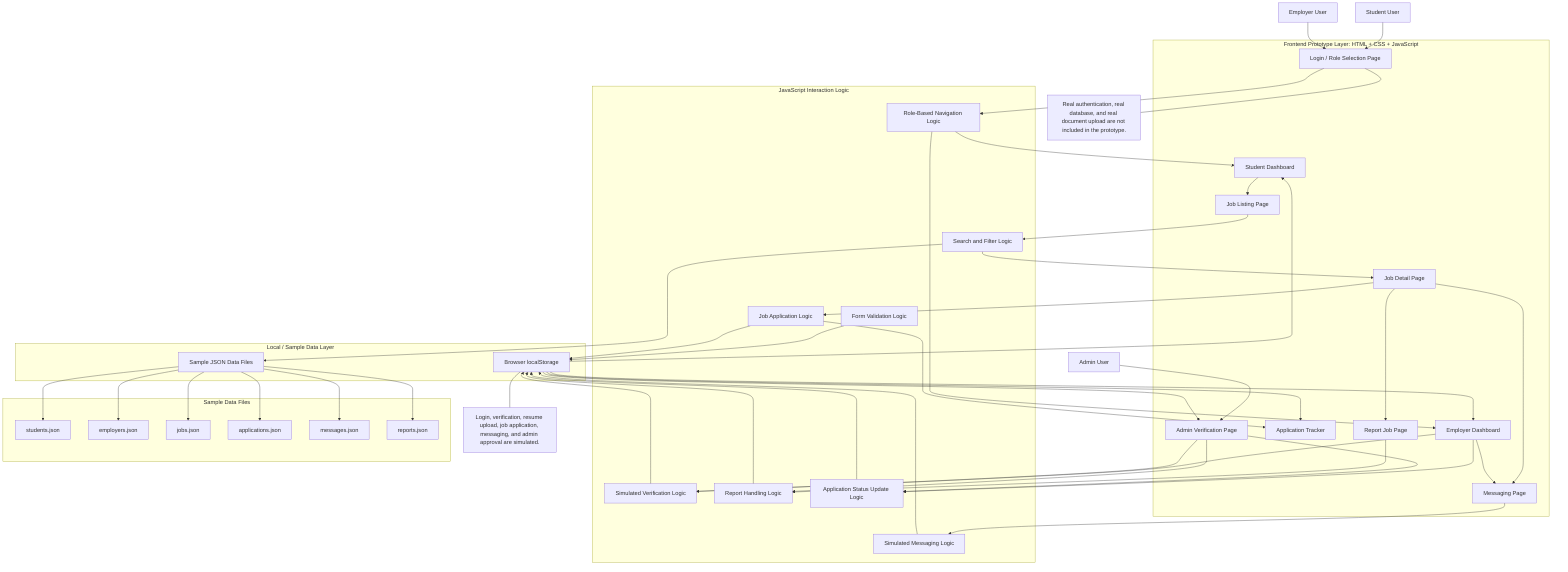
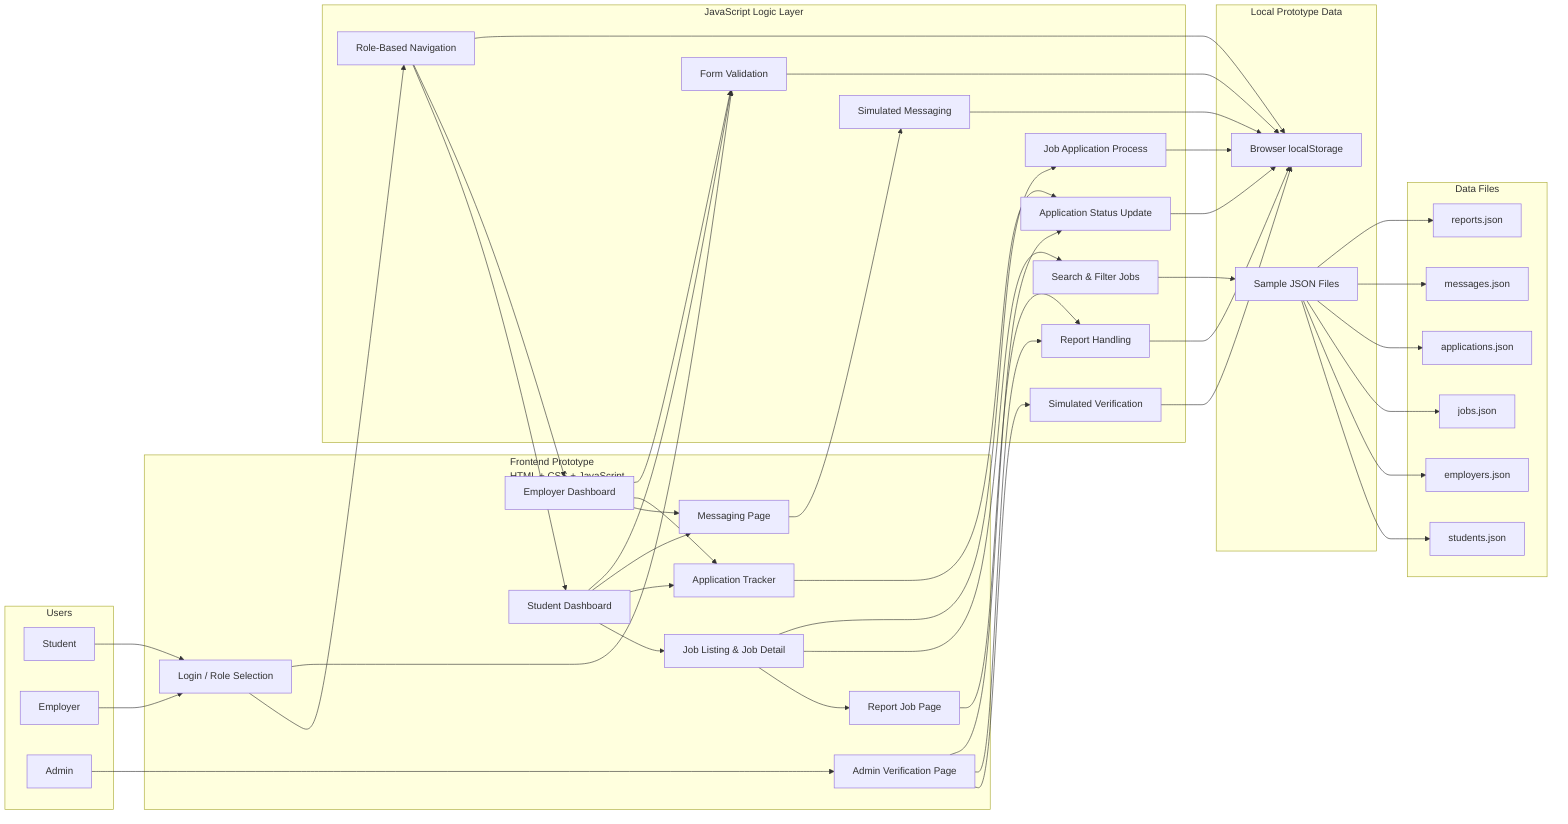
- flowchart TB
+ flowchart LR

-     %% External Users
-     Student[Student User]
-     Employer[Employer User]
-     Admin[Admin User]
- 
-     %% Frontend Layer
-     subgraph Frontend["Frontend Prototype Layer: HTML + CSS + JavaScript"]
-         Login[Login / Role Selection Page]
-         StudentDash[Student Dashboard]
-         EmployerDash[Employer Dashboard]
-         JobList[Job Listing Page]
-         JobDetail[Job Detail Page]
-         Tracker[Application Tracker]
-         MessagePage[Messaging Page]
-         ReportPage[Report Job Page]
-         AdminPage[Admin Verification Page]
+     subgraph Users["Users"]
+         Student["Student"]
+         Employer["Employer"]
+         Admin["Admin"]
    end

-     %% JavaScript Logic Layer
-     subgraph Logic["JavaScript Interaction Logic"]
-         RoleLogic[Role-Based Navigation Logic]
-         Validation[Form Validation Logic]
-         SearchFilter[Search and Filter Logic]
-         ApplicationLogic[Job Application Logic]
-         VerificationLogic[Simulated Verification Logic]
-         MessageLogic[Simulated Messaging Logic]
-         ReportLogic[Report Handling Logic]
-         StatusLogic[Application Status Update Logic]
+     subgraph UI["Frontend Prototype<br/>HTML + CSS + JavaScript"]
+         Login["Login / Role Selection"]
+         StudentUI["Student Dashboard"]
+         EmployerUI["Employer Dashboard"]
+         JobUI["Job Listing & Job Detail"]
+         AppUI["Application Tracker"]
+         MsgUI["Messaging Page"]
+         ReportUI["Report Job Page"]
+         AdminUI["Admin Verification Page"]
    end

-     %% Data Layer
-     subgraph Data["Local / Sample Data Layer"]
-         JSONData[Sample JSON Data Files]
-         LocalStorage[Browser localStorage]
+     subgraph Logic["JavaScript Logic Layer"]
+         Role["Role-Based Navigation"]
+         Validation["Form Validation"]
+         Search["Search & Filter Jobs"]
+         Application["Job Application Process"]
+         Verification["Simulated Verification"]
+         Status["Application Status Update"]
+         Messaging["Simulated Messaging"]
+         Report["Report Handling"]
    end

-     %% Sample Data Files
-     subgraph JSONFiles["Sample Data Files"]
-         StudentsJSON[students.json]
-         EmployersJSON[employers.json]
-         JobsJSON[jobs.json]
-         ApplicationsJSON[applications.json]
-         MessagesJSON[messages.json]
-         ReportsJSON[reports.json]
+     subgraph Storage["Local Prototype Data"]
+         JSON["Sample JSON Files"]
+         Local["Browser localStorage"]
    end

-     %% Student Access
+     subgraph Data["Data Files"]
+         Students["students.json"]
+         Companies["employers.json"]
+         Jobs["jobs.json"]
+         Applications["applications.json"]
+         Messages["messages.json"]
+         Reports["reports.json"]
+     end
+ 
    Student --> Login
-     Login --> RoleLogic
-     RoleLogic --> StudentDash
+     Employer --> Login
+     Admin --> AdminUI

-     StudentDash --> JobList
-     JobList --> SearchFilter
-     SearchFilter --> JobDetail
-     JobDetail --> ApplicationLogic
-     ApplicationLogic --> Tracker
+     Login --> Role
+     Role --> StudentUI
+     Role --> EmployerUI

-     JobDetail --> MessagePage
-     MessagePage --> MessageLogic
+     StudentUI --> JobUI
+     StudentUI --> AppUI
+     StudentUI --> MsgUI
+     JobUI --> ReportUI

-     JobDetail --> ReportPage
-     ReportPage --> ReportLogic
+     EmployerUI --> MsgUI
+     EmployerUI --> AppUI

-     %% Employer Access
-     Employer --> Login
-     RoleLogic --> EmployerDash
+     AdminUI --> Verification
+     AdminUI --> Report
+     AdminUI --> Status

-     EmployerDash --> VerificationLogic
-     EmployerDash --> StatusLogic
-     EmployerDash --> MessagePage
+     JobUI --> Search
+     JobUI --> Application
+     AppUI --> Status
+     MsgUI --> Messaging
+     ReportUI --> Report

-     %% Admin Access
-     Admin --> AdminPage
-     AdminPage --> VerificationLogic
-     AdminPage --> ReportLogic
-     AdminPage --> StatusLogic
+     Login --> Validation
+     StudentUI --> Validation
+     EmployerUI --> Validation

-     %% Logic to Data
-     Validation --> LocalStorage
-     SearchFilter --> JSONData
-     ApplicationLogic --> LocalStorage
-     VerificationLogic --> LocalStorage
-     MessageLogic --> LocalStorage
-     ReportLogic --> LocalStorage
-     StatusLogic --> LocalStorage
+     Role --> Local
+     Validation --> Local
+     Application --> Local
+     Verification --> Local
+     Status --> Local
+     Messaging --> Local
+     Report --> Local

-     %% JSON Data Connection
-     JSONData --> StudentsJSON
-     JSONData --> EmployersJSON
-     JSONData --> JobsJSON
-     JSONData --> ApplicationsJSON
-     JSONData --> MessagesJSON
-     JSONData --> ReportsJSON
- 
-     %% LocalStorage Updates
-     LocalStorage --> StudentDash
-     LocalStorage --> EmployerDash
-     LocalStorage --> Tracker
-     LocalStorage --> AdminPage
- 
-     %% Notes
-     note1["Real authentication, real database, and real document upload are not included in the prototype."]
-     note2["Login, verification, resume upload, job application, messaging, and admin approval are simulated."]
- 
-     Login --- note1
-     LocalStorage --- note2
+     Search --> JSON
+     JSON --> Students
+     JSON --> Companies
+     JSON --> Jobs
+     JSON --> Applications
+     JSON --> Messages
+     JSON --> Reports
